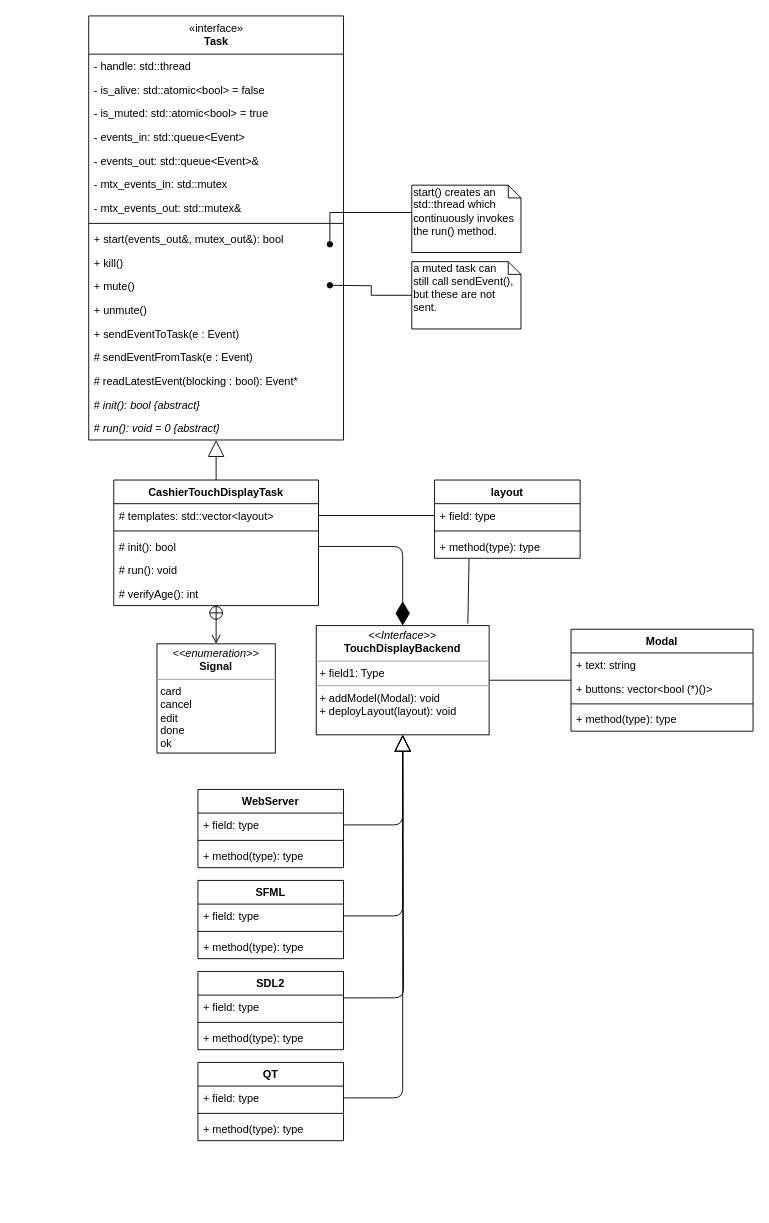
Before: page "Page-1" (1 of 4) of diagrams/CashierHMI.drawio in LasseGoransson/ESD-E2020, a draw.io diagram. Source tidied: cells renumbered, new cells numbered last; positions are measured from the earlier drawing's top-left corner, leaving out a move shared by most shapes. Both pictures are drawn from the tidied source at 91%, with x=0, y=0 at pixel (88, 15).
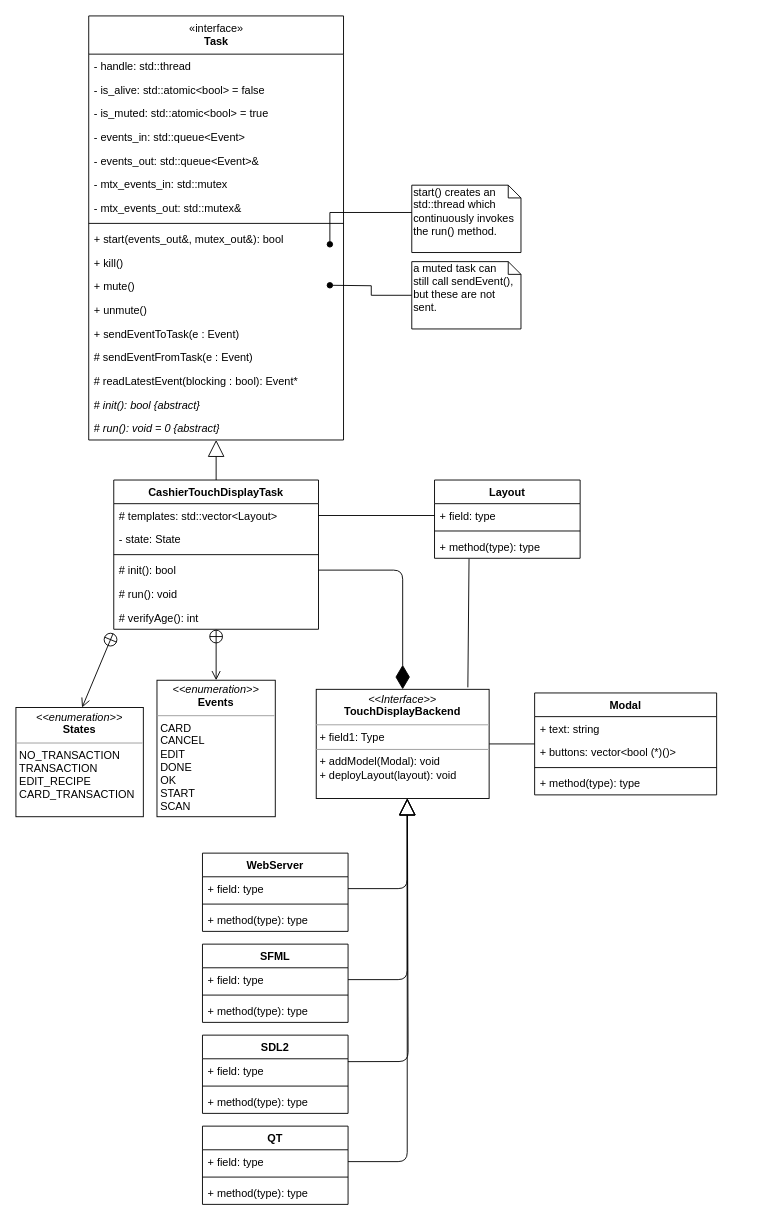
After the change.

Unchanged cells that the change refers to:
```xml
<mxCell id="15" value="+ field: type" style="text;strokeColor=none;fillColor=none;align=left;verticalAlign=top;spacingLeft=4;spacingRight=4;overflow=hidden;points=[[0,0.5],[1,0.5]];portConstraint=eastwest;" parent="14" vertex="1">
  <mxGeometry y="26" width="160" height="26" as="geometry" />
</mxCell>
<mxCell id="19" value="+ field: type" style="text;strokeColor=none;fillColor=none;align=left;verticalAlign=top;spacingLeft=4;spacingRight=4;overflow=hidden;points=[[0,0.5],[1,0.5]];portConstraint=eastwest;" parent="18" vertex="1">
  <mxGeometry y="26" width="160" height="26" as="geometry" />
</mxCell>
<mxCell id="23" value="+ field: type" style="text;strokeColor=none;fillColor=none;align=left;verticalAlign=top;spacingLeft=4;spacingRight=4;overflow=hidden;points=[[0,0.5],[1,0.5]];portConstraint=eastwest;" parent="22" vertex="1">
  <mxGeometry y="26" width="160" height="26" as="geometry" />
</mxCell>
<mxCell id="27" value="+ field: type" style="text;strokeColor=none;fillColor=none;align=left;verticalAlign=top;spacingLeft=4;spacingRight=4;overflow=hidden;points=[[0,0.5],[1,0.5]];portConstraint=eastwest;" parent="26" vertex="1">
  <mxGeometry y="26" width="160" height="26" as="geometry" />
</mxCell>
```

What changed in the source:
```diff
@@
-    <mxCell id="2" style="endArrow=block;endSize=16;endFill=0;html=1;fontStyle=1;" parent="1" edge="1" source="15" target="13">
+    <mxCell id="2" style="endArrow=block;endSize=16;endFill=0;html=1;fontStyle=1;" parent="1" edge="1" source="15">
       <mxGeometry x="0.12" y="-50" relative="1" as="geometry">
+        <mxPoint x="350" y="860" as="targetPoint" />
         <Array as="points">
-          <mxPoint x="345" y="889" />
+          <mxPoint x="350" y="959" />
         </Array>
       </mxGeometry>
     </mxCell>
-    <mxCell id="3" style="endArrow=block;endSize=16;endFill=0;html=1;" parent="1" edge="1" source="19" target="13">
+    <mxCell id="3" style="endArrow=block;endSize=16;endFill=0;html=1;" parent="1" edge="1" source="19">
       <mxGeometry x="0.12" y="-50" relative="1" as="geometry">
+        <mxPoint x="350" y="860" as="targetPoint" />
         <Array as="points">
-          <mxPoint x="345" y="989" />
+          <mxPoint x="350" y="1059" />
         </Array>
       </mxGeometry>
     </mxCell>
-    <mxCell id="4" style="endArrow=block;endSize=16;endFill=0;html=1;exitX=0.999;exitY=0.121;exitDx=0;exitDy=0;exitPerimeter=0;" parent="1" edge="1" source="23" target="13">
+    <mxCell id="4" style="endArrow=block;endSize=16;endFill=0;html=1;exitX=0.999;exitY=0.121;exitDx=0;exitDy=0;exitPerimeter=0;" parent="1" edge="1" source="23">
       <mxGeometry x="0.12" y="-50" relative="1" as="geometry">
+        <mxPoint x="350.2" y="860" as="targetPoint" />
         <Array as="points">
-          <mxPoint x="346" y="1079" />
+          <mxPoint x="351" y="1149" />
         </Array>
       </mxGeometry>
     </mxCell>
-    <mxCell id="5" style="endArrow=block;endSize=16;endFill=0;html=1;exitX=1;exitY=0.5;exitDx=0;exitDy=0;" parent="1" edge="1" source="27" target="13">
+    <mxCell id="5" style="endArrow=block;endSize=16;endFill=0;html=1;exitX=1;exitY=0.5;exitDx=0;exitDy=0;" parent="1" edge="1" source="27">
       <mxGeometry x="0.12" y="-50" relative="1" as="geometry">
+        <mxPoint x="350" y="860" as="targetPoint" />
         <Array as="points">
-          <mxPoint x="345" y="1189" />
+          <mxPoint x="350" y="1259" />
         </Array>
       </mxGeometry>
     </mxCell>
@@
-    <mxCell id="12" value="&lt;p style=&quot;margin: 0px ; margin-top: 4px ; text-align: center&quot;&gt;&lt;i&gt;&amp;lt;&amp;lt;enumeration&amp;gt;&amp;gt;&lt;/i&gt;&lt;br&gt;&lt;b&gt;Signal&lt;/b&gt;&lt;/p&gt;&lt;hr size=&quot;1&quot;&gt;&lt;p style=&quot;margin: 0px ; margin-left: 4px&quot;&gt;card&lt;/p&gt;&lt;p style=&quot;margin: 0px ; margin-left: 4px&quot;&gt;cancel&lt;/p&gt;&lt;p style=&quot;margin: 0px ; margin-left: 4px&quot;&gt;edit&lt;/p&gt;&lt;p style=&quot;margin: 0px ; margin-left: 4px&quot;&gt;done&lt;/p&gt;&lt;p style=&quot;margin: 0px ; margin-left: 4px&quot;&gt;ok&lt;/p&gt;&lt;p style=&quot;margin: 0px ; margin-left: 4px&quot;&gt;&lt;br&gt;&lt;/p&gt;" style="verticalAlign=top;align=left;overflow=fill;fontSize=12;fontFamily=Helvetica;html=1;" parent="1" vertex="1">
-      <mxGeometry x="75" y="690" width="130" height="120" as="geometry" />
+    <mxCell id="12" value="&lt;p style=&quot;margin: 0px ; margin-top: 4px ; text-align: center&quot;&gt;&lt;i&gt;&amp;lt;&amp;lt;enumeration&amp;gt;&amp;gt;&lt;/i&gt;&lt;br&gt;&lt;b&gt;Events&lt;/b&gt;&lt;/p&gt;&lt;hr size=&quot;1&quot;&gt;&lt;p style=&quot;margin: 0px ; margin-left: 4px&quot;&gt;&lt;span&gt;CARD&lt;/span&gt;&lt;/p&gt;&lt;p style=&quot;margin: 0px ; margin-left: 4px&quot;&gt;&lt;span&gt;CANCEL&lt;/span&gt;&lt;br&gt;&lt;/p&gt;&lt;p style=&quot;margin: 0px ; margin-left: 4px&quot;&gt;EDIT&lt;/p&gt;&lt;p style=&quot;margin: 0px ; margin-left: 4px&quot;&gt;DONE&lt;/p&gt;&lt;p style=&quot;margin: 0px ; margin-left: 4px&quot;&gt;OK&lt;br&gt;START&lt;/p&gt;&lt;p style=&quot;margin: 0px ; margin-left: 4px&quot;&gt;SCAN&lt;/p&gt;&lt;p style=&quot;margin: 0px ; margin-left: 4px&quot;&gt;&lt;br&gt;&lt;/p&gt;" style="verticalAlign=top;align=left;overflow=fill;fontSize=12;fontFamily=Helvetica;html=1;" parent="1" vertex="1">
+      <mxGeometry x="75" y="730" width="130" height="150" as="geometry" />
     </mxCell>
     <mxCell id="13" value="&lt;p style=&quot;margin: 0px ; margin-top: 4px ; text-align: center&quot;&gt;&lt;i&gt;&amp;lt;&amp;lt;Interface&amp;gt;&amp;gt;&lt;/i&gt;&lt;br&gt;&lt;span style=&quot;font-weight: 700&quot;&gt;TouchDisplayBackend&lt;/span&gt;&lt;br&gt;&lt;/p&gt;&lt;hr size=&quot;1&quot;&gt;&lt;p style=&quot;margin: 0px ; margin-left: 4px&quot;&gt;+ field1: Type&lt;br&gt;&lt;/p&gt;&lt;hr size=&quot;1&quot;&gt;&lt;p style=&quot;margin: 0px ; margin-left: 4px&quot;&gt;+ addModel(Modal): void&lt;br&gt;+ deployLayout(layout): void&lt;br&gt;&lt;/p&gt;" style="verticalAlign=top;align=left;overflow=fill;fontSize=12;fontFamily=Helvetica;html=1;" parent="1" vertex="1">
-      <mxGeometry x="250" y="670" width="190" height="120" as="geometry" />
+      <mxGeometry x="250" y="740" width="190" height="120" as="geometry" />
     </mxCell>
     <mxCell id="14" value="WebServer" style="swimlane;fontStyle=1;align=center;verticalAlign=top;horizontal=1;startSize=26;strokeColor=#000000;" parent="1" vertex="1">
-      <mxGeometry x="120" y="850" width="160" height="86" as="geometry" />
+      <mxGeometry x="125" y="920" width="160" height="86" as="geometry" />
     </mxCell>
@@
     <mxCell id="18" value="SFML" style="swimlane;fontStyle=1;align=center;verticalAlign=top;horizontal=1;startSize=26;strokeColor=#000000;" parent="1" vertex="1">
-      <mxGeometry x="120" y="950" width="160" height="86" as="geometry" />
+      <mxGeometry x="125" y="1020" width="160" height="86" as="geometry" />
     </mxCell>
@@
     <mxCell id="22" value="SDL2" style="swimlane;fontStyle=1;align=center;verticalAlign=top;horizontal=1;startSize=26;strokeColor=#000000;" parent="1" vertex="1">
-      <mxGeometry x="120" y="1050" width="160" height="86" as="geometry" />
+      <mxGeometry x="125" y="1120" width="160" height="86" as="geometry" />
     </mxCell>
@@
     <mxCell id="26" value="QT" style="swimlane;fontStyle=1;align=center;verticalAlign=top;horizontal=1;startSize=26;strokeColor=#000000;" parent="1" vertex="1">
-      <mxGeometry x="120" y="1150" width="160" height="86" as="geometry" />
+      <mxGeometry x="125" y="1220" width="160" height="86" as="geometry" />
     </mxCell>
@@
     <mxCell id="48" value="Modal" style="swimlane;fontStyle=1;align=center;verticalAlign=top;horizontal=1;startSize=26;strokeColor=#000000;" parent="1" vertex="1">
-      <mxGeometry x="530" y="674" width="200" height="112" as="geometry" />
+      <mxGeometry x="490" y="744" width="200" height="112" as="geometry" />
     </mxCell>
@@
     <mxCell id="53" value="CashierTouchDisplayTask" style="swimlane;fontStyle=1;align=center;verticalAlign=top;horizontal=1;startSize=26;strokeColor=#000000;" parent="1" vertex="1">
-      <mxGeometry x="27.5" y="510" width="225" height="138" as="geometry" />
+      <mxGeometry x="27.5" y="510" width="225" height="164" as="geometry" />
     </mxCell>
-    <mxCell id="54" value="# templates: std::vector&lt;layout&gt;" style="text;strokeColor=none;fillColor=none;align=left;verticalAlign=top;spacingLeft=4;spacingRight=4;overflow=hidden;points=[[0,0.5],[1,0.5]];portConstraint=eastwest;" parent="53" vertex="1">
+    <mxCell id="54" value="# templates: std::vector&lt;Layout&gt;" style="text;strokeColor=none;fillColor=none;align=left;verticalAlign=top;spacingLeft=4;spacingRight=4;overflow=hidden;points=[[0,0.5],[1,0.5]];portConstraint=eastwest;" parent="53" vertex="1">
       <mxGeometry y="26" width="225" height="26" as="geometry" />
     </mxCell>
+    <mxCell id="67" value="- state: State" style="text;strokeColor=none;fillColor=none;align=left;verticalAlign=top;spacingLeft=4;spacingRight=4;overflow=hidden;" parent="53" vertex="1">
+      <mxGeometry y="52" width="225" height="26" as="geometry" />
+    </mxCell>
     <mxCell id="55" style="line;strokeWidth=1;fillColor=none;align=left;verticalAlign=middle;spacingTop=-1;spacingLeft=3;spacingRight=3;labelPosition=right;" parent="53" vertex="1">
-      <mxGeometry y="52" width="225" height="8" as="geometry" />
+      <mxGeometry y="78" width="225" height="8" as="geometry" />
     </mxCell>
     <mxCell id="56" value="# init(): bool" style="text;strokeColor=none;fillColor=none;align=left;verticalAlign=top;spacingLeft=4;spacingRight=4;overflow=hidden;points=[[0,0.5],[1,0.5]];portConstraint=eastwest;" parent="53" vertex="1">
-      <mxGeometry y="60" width="225" height="26" as="geometry" />
+      <mxGeometry y="86" width="225" height="26" as="geometry" />
     </mxCell>
     <mxCell id="57" value="# run(): void" style="text;strokeColor=none;fillColor=none;align=left;verticalAlign=top;spacingLeft=4;spacingRight=4;overflow=hidden;" parent="53" vertex="1">
-      <mxGeometry y="86" width="225" height="26" as="geometry" />
+      <mxGeometry y="112" width="225" height="26" as="geometry" />
     </mxCell>
     <mxCell id="58" value="# verifyAge(): int" style="text;strokeColor=none;fillColor=none;align=left;verticalAlign=top;spacingLeft=4;spacingRight=4;overflow=hidden;points=[[0,0.5],[1,0.5]];portConstraint=eastwest;" parent="53" vertex="1">
-      <mxGeometry y="112" width="225" height="26" as="geometry" />
+      <mxGeometry y="138" width="225" height="26" as="geometry" />
     </mxCell>
     <mxCell id="59" style="endArrow=diamondThin;endFill=1;endSize=24;html=1;exitX=1;exitY=0.5;exitDx=0;exitDy=0;" parent="1" edge="1" source="56" target="13">
       <mxGeometry relative="1" as="geometry">
         <Array as="points">
-          <mxPoint x="345" y="583" />
+          <mxPoint x="345" y="609" />
         </Array>
       </mxGeometry>
     </mxCell>
@@
-    <mxCell id="62" value="layout" style="swimlane;fontStyle=1;align=center;verticalAlign=top;horizontal=1;startSize=26;" parent="1" vertex="1">
+    <mxCell id="62" value="Layout" style="swimlane;fontStyle=1;align=center;verticalAlign=top;horizontal=1;startSize=26;" parent="1" vertex="1">
       <mxGeometry x="380" y="510" width="160" height="86" as="geometry" />
     </mxCell>
@@
+    <mxCell id="68" value="&lt;p style=&quot;margin: 0px ; margin-top: 4px ; text-align: center&quot;&gt;&lt;i&gt;&amp;lt;&amp;lt;enumeration&amp;gt;&amp;gt;&lt;/i&gt;&lt;br&gt;&lt;b&gt;States&lt;/b&gt;&lt;/p&gt;&lt;hr size=&quot;1&quot;&gt;&lt;p style=&quot;margin: 0px ; margin-left: 4px&quot;&gt;&lt;span&gt;NO_TRANSACTION&lt;/span&gt;&lt;/p&gt;&lt;p style=&quot;margin: 0px ; margin-left: 4px&quot;&gt;&lt;span&gt;TRANSACTION&lt;/span&gt;&lt;br&gt;&lt;/p&gt;&lt;p style=&quot;margin: 0px ; margin-left: 4px&quot;&gt;EDIT_RECIPE&lt;/p&gt;&lt;p style=&quot;margin: 0px ; margin-left: 4px&quot;&gt;CARD_TRANSACTION&lt;/p&gt;" style="verticalAlign=top;align=left;overflow=fill;fontSize=12;fontFamily=Helvetica;html=1;" parent="1" vertex="1">
+      <mxGeometry x="-80" y="760" width="140" height="120" as="geometry" />
+    </mxCell>
+    <mxCell id="69" style="endArrow=open;startArrow=circlePlus;endFill=0;startFill=0;endSize=8;html=1;exitX=-0.002;exitY=1.154;exitDx=0;exitDy=0;exitPerimeter=0;" parent="1" edge="1" source="58">
+      <mxGeometry relative="1" as="geometry">
+        <mxPoint x="-7.3" y="760" as="targetPoint" />
+      </mxGeometry>
+    </mxCell>
```
